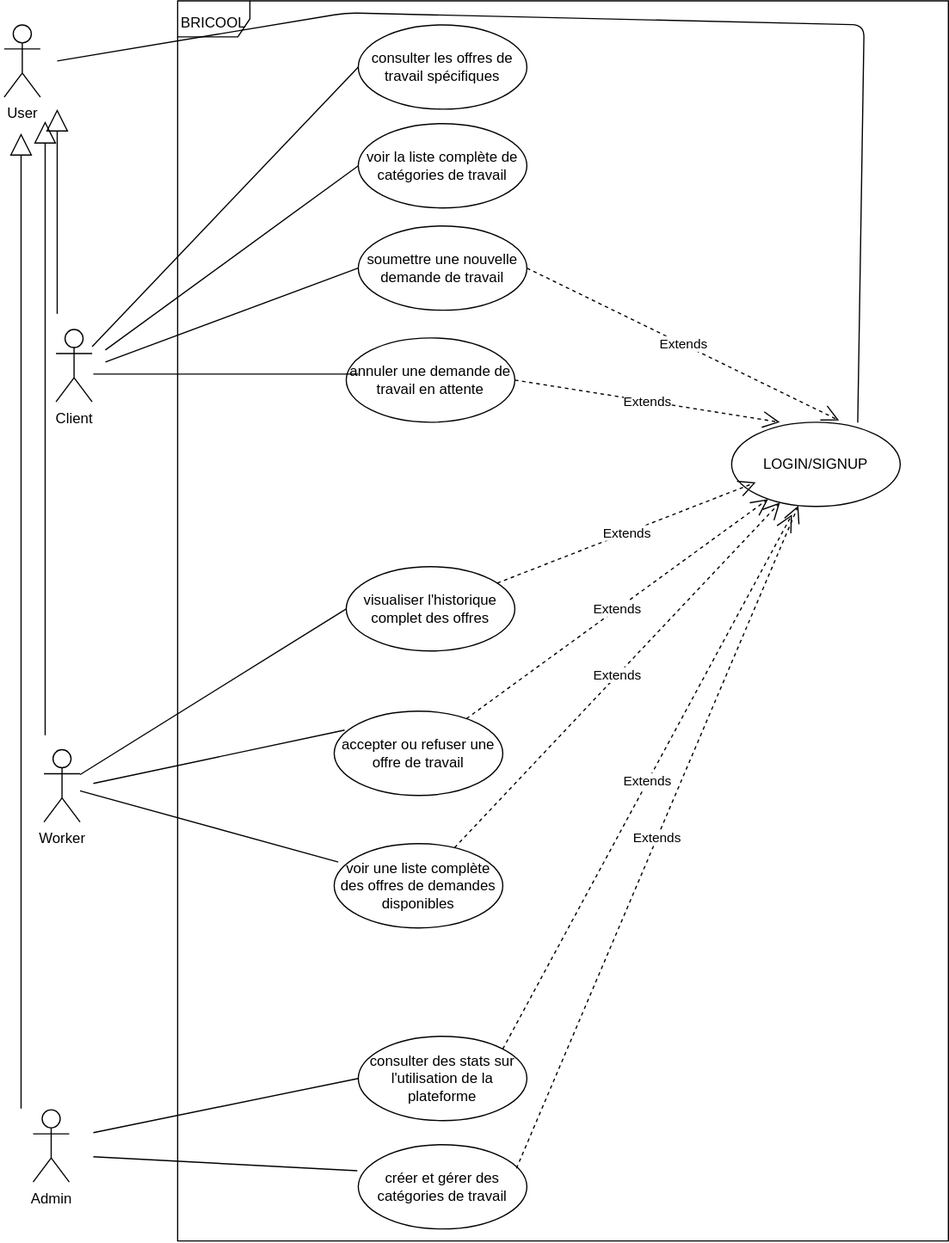
The draw.io diagram Conception/USECASE.drawio.svg in abdelalicode/BRICOOL, before a commit. Source tidied: cells renumbered, new cells last; positions are measured from the earlier drawing's top-left corner, leaving out a move shared by most shapes.
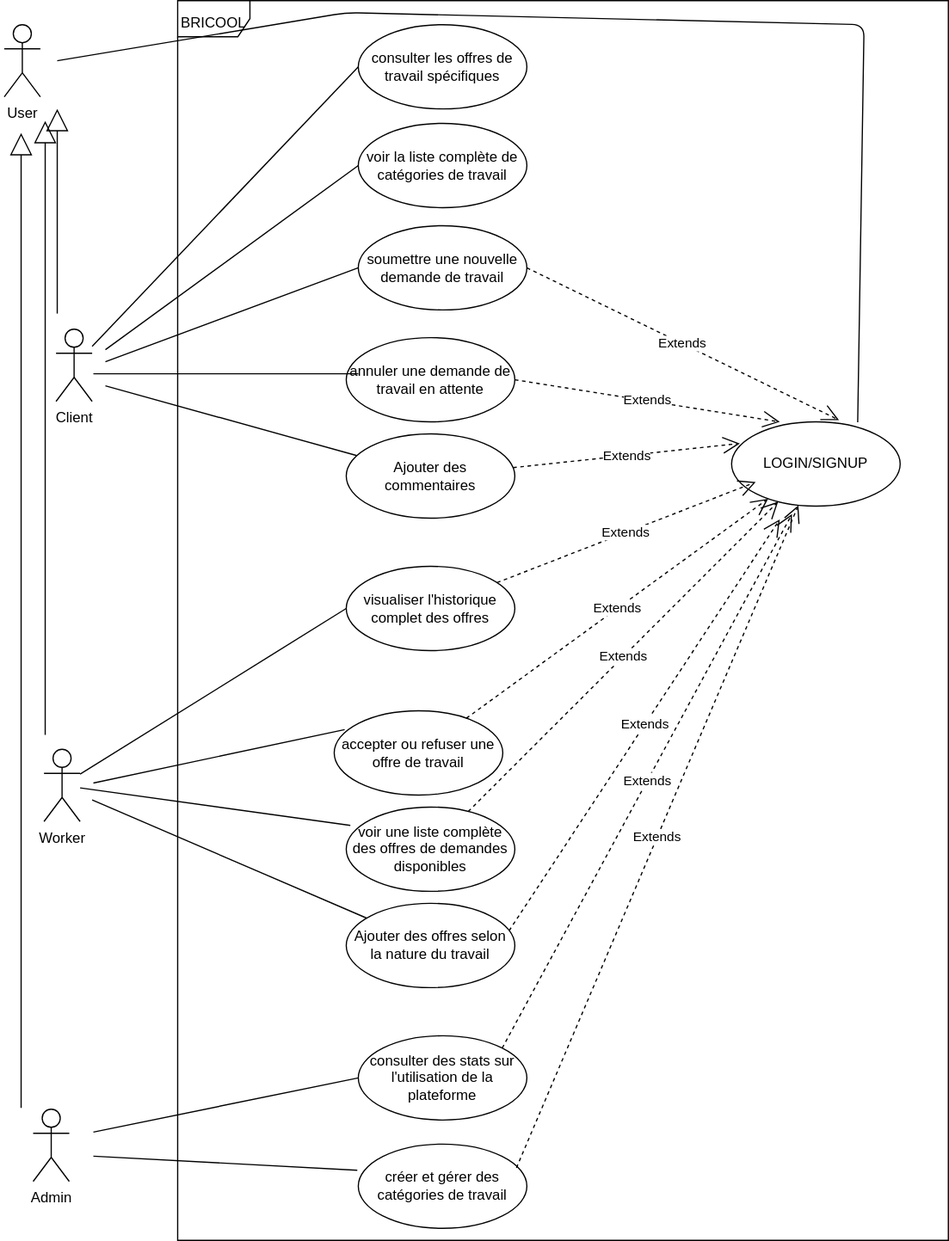
After the commit.

The edit, as a diff of the source:
```diff
@@ -33,7 +33,7 @@
       <mxGeometry x="274" y="590" width="140" height="70" as="geometry" />
     </mxCell>
     <mxCell id="12" value="voir une liste complète des offres de demandes disponibles" style="ellipse;whiteSpace=wrap;html=1;" parent="1" vertex="1">
-      <mxGeometry x="274" y="700" width="140" height="70" as="geometry" />
+      <mxGeometry x="284" y="670" width="140" height="70" as="geometry" />
     </mxCell>
     <mxCell id="13" value="consulter des stats sur l'utilisation de la plateforme" style="ellipse;whiteSpace=wrap;html=1;" parent="1" vertex="1">
       <mxGeometry x="294" y="860" width="140" height="70" as="geometry" />
@@ -141,5 +141,29 @@
         </Array>
       </mxGeometry>
     </mxCell>
+    <mxCell id="37" value="Ajouter des commentaires&amp;nbsp;" style="ellipse;whiteSpace=wrap;html=1;" parent="1" vertex="1">
+      <mxGeometry x="284" y="360" width="140" height="70" as="geometry" />
+    </mxCell>
+    <mxCell id="38" style="endArrow=none;html=1;fontSize=23;" parent="1" edge="1" target="37">
+      <mxGeometry relative="1" as="geometry">
+        <mxPoint x="84" y="320" as="sourcePoint" />
+      </mxGeometry>
+    </mxCell>
+    <mxCell id="39" value="Extends" style="endArrow=open;endSize=12;dashed=1;html=1;entryX=0.049;entryY=0.256;entryDx=0;entryDy=0;entryPerimeter=0;" parent="1" edge="1" source="37" target="15">
+      <mxGeometry relative="1" as="geometry" />
+    </mxCell>
+    <mxCell id="40" value="Ajouter des offres selon la nature du travail" style="ellipse;whiteSpace=wrap;html=1;" parent="1" vertex="1">
+      <mxGeometry x="284" y="750" width="140" height="70" as="geometry" />
+    </mxCell>
+    <mxCell id="41" style="endArrow=none;html=1;fontSize=23;" parent="1" edge="1" target="40">
+      <mxGeometry relative="1" as="geometry">
+        <mxPoint x="73" y="664.1" as="sourcePoint" />
+      </mxGeometry>
+    </mxCell>
+    <mxCell id="42" value="Extends" style="endArrow=open;endSize=12;dashed=1;html=1;exitX=0.966;exitY=0.325;exitDx=0;exitDy=0;exitPerimeter=0;" parent="1" edge="1" source="40">
+      <mxGeometry relative="1" as="geometry">
+        <mxPoint x="644" y="431" as="targetPoint" />
+      </mxGeometry>
+    </mxCell>
   </root>
 </mxGraphModel>
```
